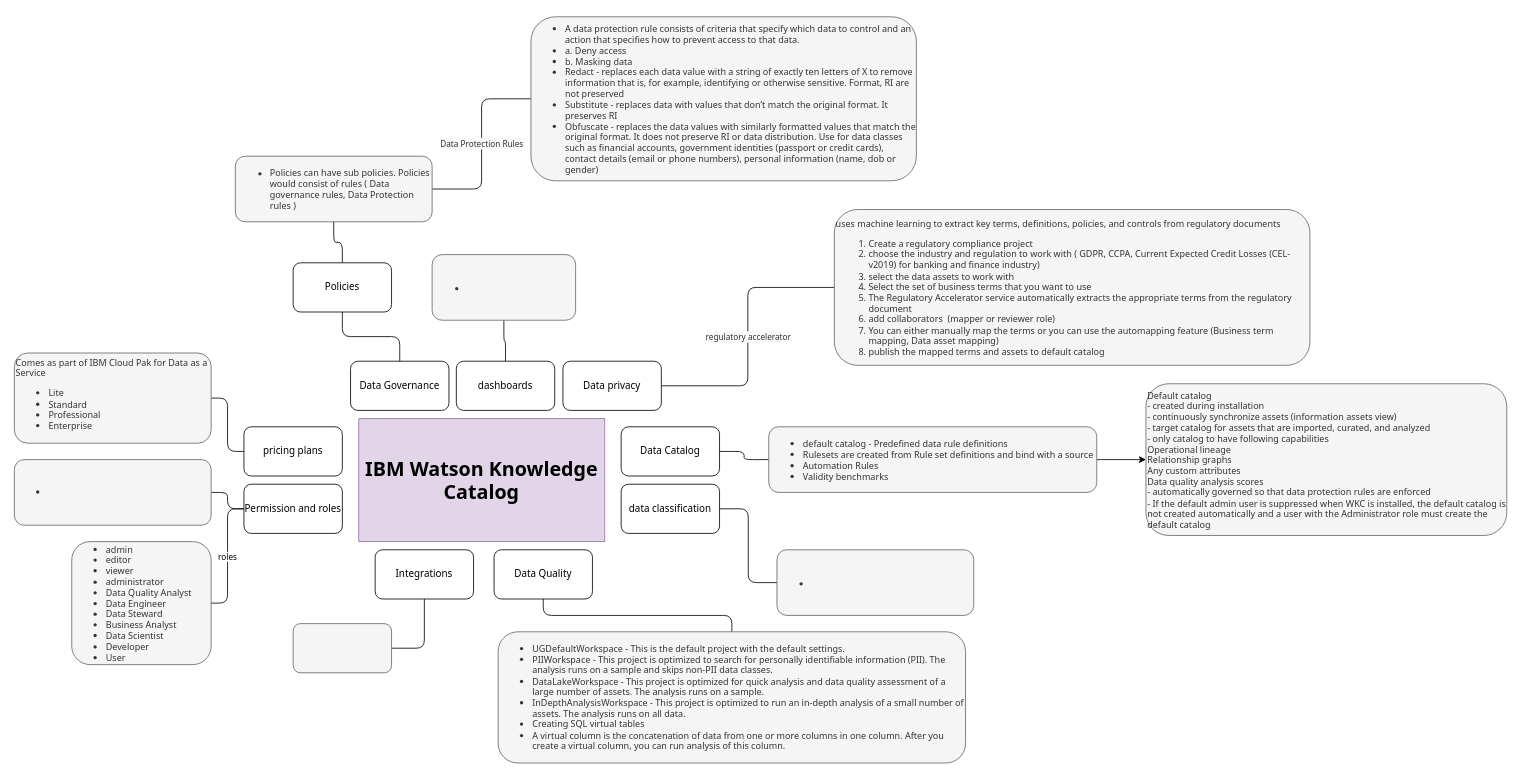
kanchantewary/MindMaps keeps this draw.io diagram as page "wkc" (3 of 7) of Data Governance.drawio. Above is the earlier version. Source tidied: cells renumbered, new cells numbered last; positions are measured from the earlier drawing's top-left corner, leaving out a move shared by most shapes. Both pictures are drawn from the tidied source at 82%, with x=0, y=0 at pixel (14, 16).
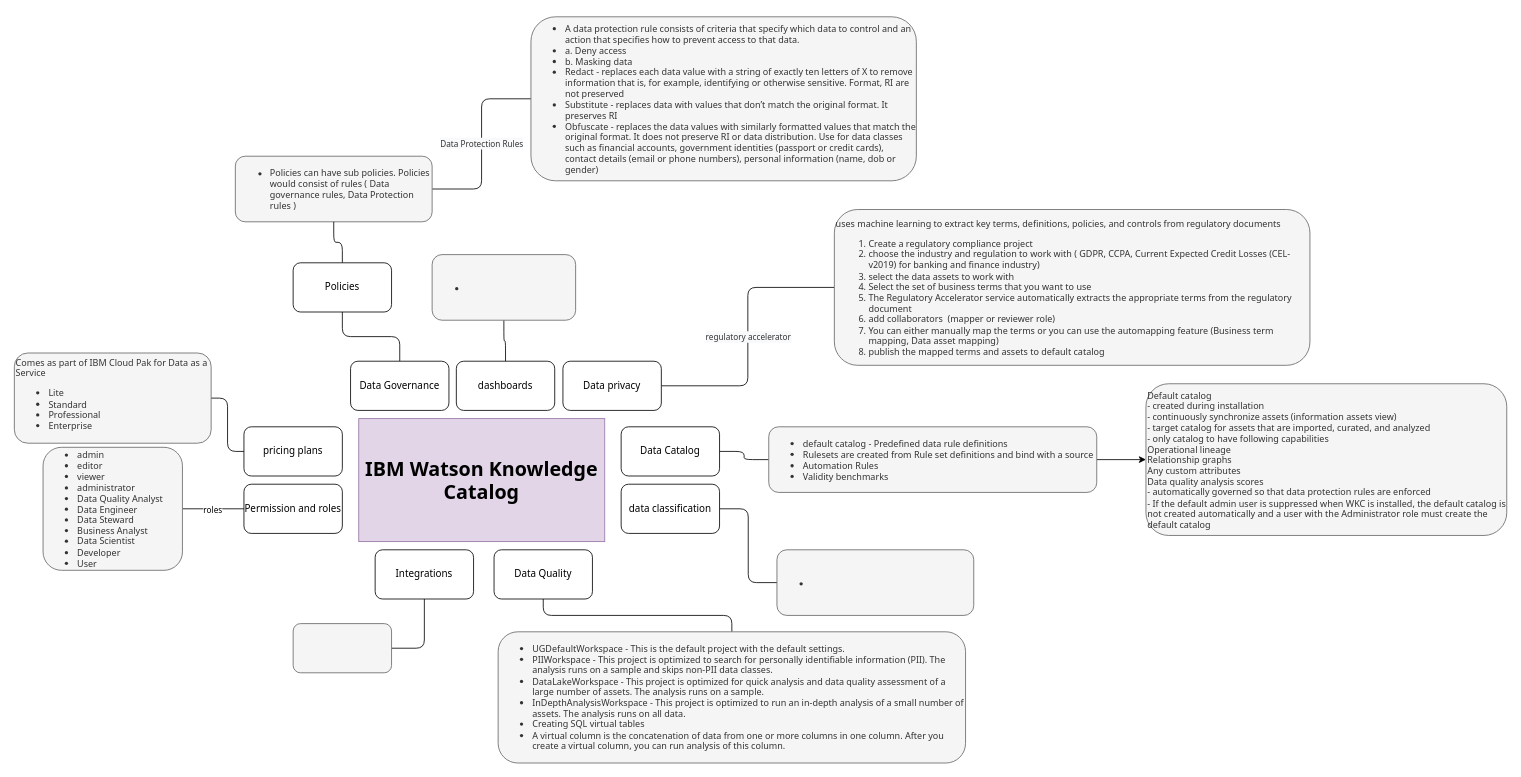
Above is the later version.

Unchanged cells that the change refers to:
```xml
<mxCell id="22" value="Permission and roles" style="rounded=1;whiteSpace=wrap;html=1;fontFamily=Tahoma;" parent="1" vertex="1">
  <mxGeometry x="280" y="570" width="120" height="60" as="geometry" />
</mxCell>
```

Diff of the diagram source:
```diff
@@
-    <mxCell id="20" style="edgeStyle=orthogonalEdgeStyle;rounded=1;jettySize=auto;html=1;entryX=1;entryY=0.5;entryDx=0;entryDy=0;fontFamily=Tahoma;fontSize=10;endArrow=none;endFill=0;strokeColor=default;" parent="1" edge="1" source="22" target="23">
-      <mxGeometry relative="1" as="geometry" />
-    </mxCell>
@@
-    <mxCell id="23" value="&lt;ul&gt;&lt;li&gt;&lt;br&gt;&lt;/li&gt;&lt;/ul&gt;" style="rounded=1;whiteSpace=wrap;html=1;fontFamily=Tahoma;fillColor=#f5f5f5;fontColor=#333333;strokeColor=#666666;align=left;" parent="1" vertex="1">
-      <mxGeometry y="540" width="240" height="80" as="geometry" />
-    </mxCell>
@@
     <mxCell id="30" value="&lt;ul style=&quot;font-size: 11px;&quot;&gt;&lt;li&gt;admin&lt;/li&gt;&lt;li&gt;editor&lt;/li&gt;&lt;li&gt;viewer&lt;/li&gt;&lt;li&gt;administrator&lt;/li&gt;&lt;li&gt;Data Quality Analyst&lt;/li&gt;&lt;li&gt;Data Engineer&lt;/li&gt;&lt;li&gt;Data Steward&lt;/li&gt;&lt;li&gt;Business Analyst&lt;/li&gt;&lt;li&gt;Data Scientist&lt;/li&gt;&lt;li&gt;Developer&lt;/li&gt;&lt;li&gt;User&lt;/li&gt;&lt;/ul&gt;" style="rounded=1;whiteSpace=wrap;html=1;fontFamily=Tahoma;fontSize=10;align=left;fillColor=#f5f5f5;fontColor=#333333;strokeColor=#666666;" parent="1" vertex="1">
-      <mxGeometry x="70" y="640" width="170" height="150" as="geometry" />
+      <mxGeometry x="35" y="525" width="170" height="150" as="geometry" />
     </mxCell>
```
